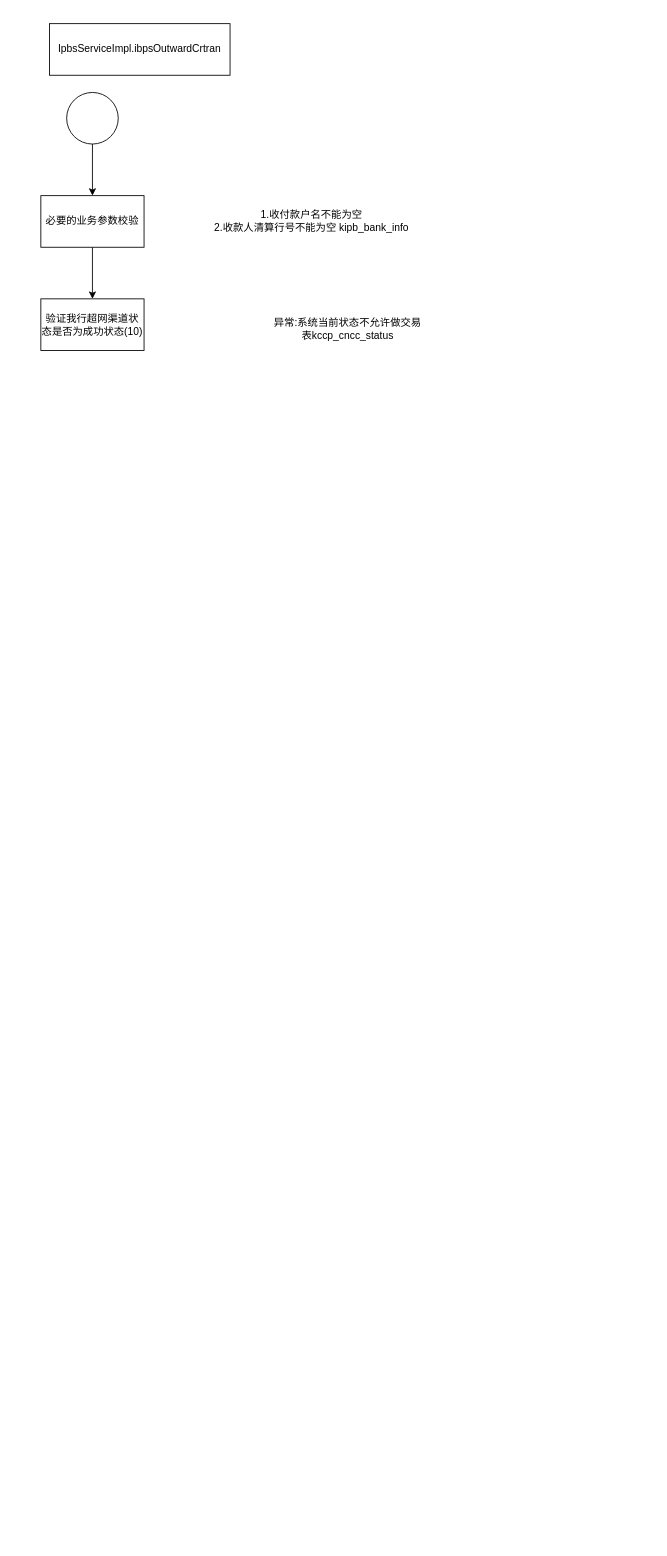
Above: drawio/超网贷记往账业务流程.drawio in chujun/drawio (draw.io), before the change. Source tidied: cells renumbered, new cells numbered last; positions are measured from the earlier drawing's top-left corner, leaving out a move shared by most shapes. Both pictures are drawn from the tidied source at 86%, with x=0, y=0 at pixel (40, 23).
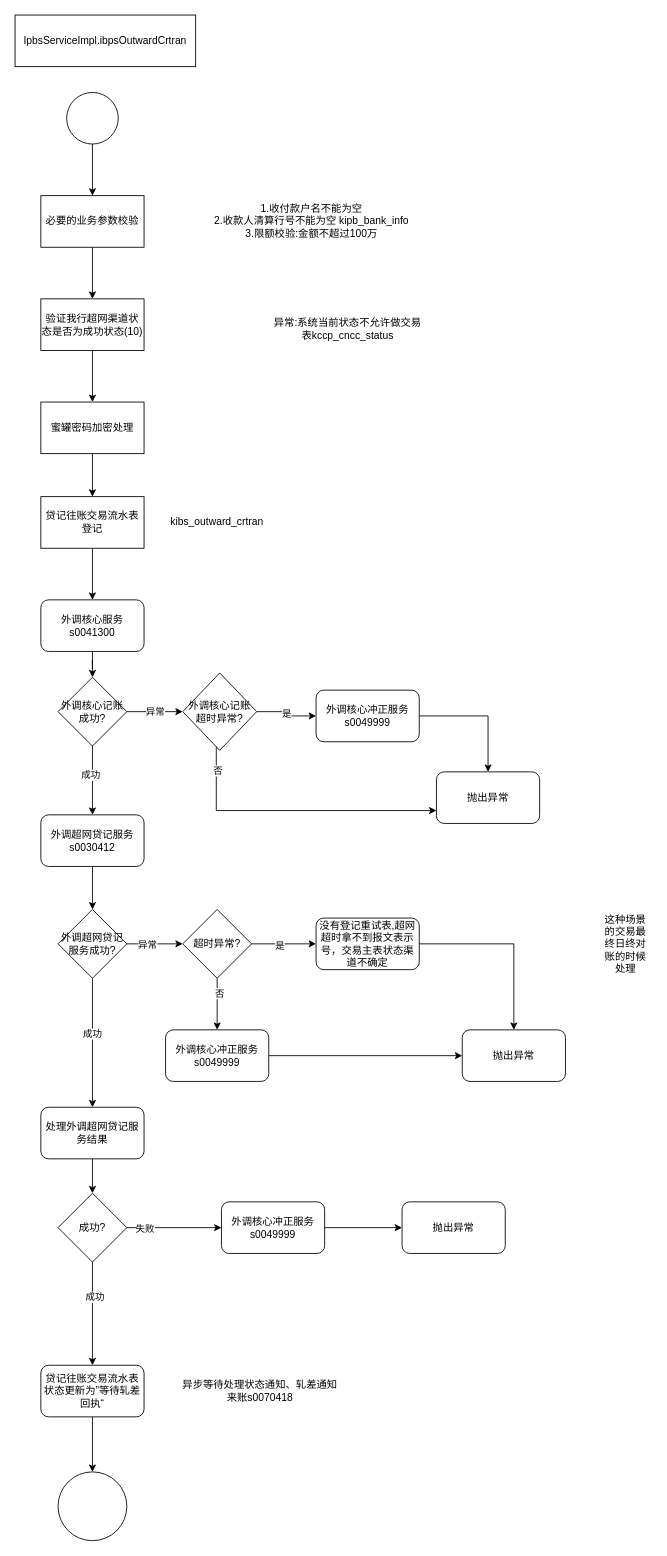
Above is the later version.

Commit message:
更新超网贷记往账业务流程.drawio

Unchanged cells that the change refers to:
```xml
<mxCell id="8" value="验证我行超网渠道状态是否为成功状态(10)" style="rounded=0;whiteSpace=wrap;html=1;" parent="1" vertex="1">
  <mxGeometry y="320" width="120" height="60" as="geometry" />
</mxCell>
```

Change to the diagram source:
```diff
@@
     <mxCell id="2" value="IpbsServiceImpl.ibpsOutwardCrtran" style="rounded=0;whiteSpace=wrap;html=1;" parent="1" vertex="1">
-      <mxGeometry x="10" width="210" height="60" as="geometry" />
+      <mxGeometry x="-30" y="-10" width="210" height="60" as="geometry" />
     </mxCell>
@@
-    <mxCell id="7" value="1.收付款户名不能为空&lt;br&gt;2.收款人清算行号不能为空 kipb_bank_info" style="text;html=1;strokeColor=none;fillColor=none;align=center;verticalAlign=middle;whiteSpace=wrap;rounded=0;" parent="1" vertex="1">
+    <mxCell id="7" value="1.收付款户名不能为空&lt;br&gt;2.收款人清算行号不能为空 kipb_bank_info&lt;br&gt;3.限额校验:金额不超过100万" style="text;html=1;strokeColor=none;fillColor=none;align=center;verticalAlign=middle;whiteSpace=wrap;rounded=0;" parent="1" vertex="1">
       <mxGeometry x="190" y="215" width="250" height="30" as="geometry" />
     </mxCell>
+    <mxCell id="10" style="edgeStyle=orthogonalEdgeStyle;rounded=0;jettySize=auto;html=1;" parent="1" edge="1" source="8" target="12">
+      <mxGeometry relative="1" as="geometry" />
+    </mxCell>
@@
+    <mxCell id="11" style="edgeStyle=orthogonalEdgeStyle;rounded=0;jettySize=auto;html=1;" parent="1" edge="1" source="12" target="14">
+      <mxGeometry relative="1" as="geometry" />
+    </mxCell>
+    <mxCell id="12" value="蜜罐密码加密处理" style="rounded=0;whiteSpace=wrap;html=1;" parent="1" vertex="1">
+      <mxGeometry y="440" width="120" height="60" as="geometry" />
+    </mxCell>
+    <mxCell id="13" style="edgeStyle=orthogonalEdgeStyle;rounded=0;jettySize=auto;html=1;" parent="1" edge="1" source="14" target="17">
+      <mxGeometry relative="1" as="geometry" />
+    </mxCell>
+    <mxCell id="14" value="贷记往账交易流水表登记" style="rounded=0;whiteSpace=wrap;html=1;" parent="1" vertex="1">
+      <mxGeometry y="550" width="120" height="60" as="geometry" />
+    </mxCell>
+    <mxCell id="15" value="kibs_outward_crtran" style="text;html=1;strokeColor=none;fillColor=none;align=center;verticalAlign=middle;whiteSpace=wrap;rounded=0;" parent="1" vertex="1">
+      <mxGeometry x="150" y="565" width="110" height="30" as="geometry" />
+    </mxCell>
+    <mxCell id="16" style="edgeStyle=orthogonalEdgeStyle;rounded=0;jettySize=auto;html=1;" parent="1" edge="1" source="17" target="21">
+      <mxGeometry relative="1" as="geometry" />
+    </mxCell>
+    <mxCell id="17" value="外调核心服务s0041300" style="rounded=1;whiteSpace=wrap;html=1;" parent="1" vertex="1">
+      <mxGeometry y="670" width="120" height="60" as="geometry" />
+    </mxCell>
+    <mxCell id="18" value="异常" style="edgeStyle=orthogonalEdgeStyle;rounded=0;jettySize=auto;html=1;" parent="1" edge="1" source="21" target="25">
+      <mxGeometry relative="1" as="geometry" />
+    </mxCell>
+    <mxCell id="19" style="edgeStyle=orthogonalEdgeStyle;rounded=0;jettySize=auto;html=1;" parent="1" edge="1" source="21" target="30">
+      <mxGeometry relative="1" as="geometry" />
+    </mxCell>
+    <mxCell id="20" value="成功" style="edgeLabel;html=1;align=center;verticalAlign=middle;" parent="19" vertex="1">
+      <mxGeometry x="-0.17" y="-3" relative="1" as="geometry" />
+    </mxCell>
+    <mxCell id="21" value="外调核心记账&lt;br style=&quot;border-color: var(--border-color);&quot;&gt;成功?" style="rhombus;whiteSpace=wrap;html=1;" parent="1" vertex="1">
+      <mxGeometry x="20" y="760" width="80" height="80" as="geometry" />
+    </mxCell>
+    <mxCell id="22" value="是" style="edgeStyle=orthogonalEdgeStyle;rounded=0;jettySize=auto;html=1;" parent="1" edge="1" source="25" target="27">
+      <mxGeometry relative="1" as="geometry" />
+    </mxCell>
+    <mxCell id="23" style="edgeStyle=orthogonalEdgeStyle;rounded=0;jettySize=auto;html=1;entryX=0;entryY=0.75;entryDx=0;entryDy=0;" parent="1" edge="1" source="25" target="28">
+      <mxGeometry relative="1" as="geometry">
+        <Array as="points">
+          <mxPoint x="204" y="915" />
+        </Array>
+      </mxGeometry>
+    </mxCell>
+    <mxCell id="24" value="否" style="edgeLabel;html=1;align=center;verticalAlign=middle;" parent="23" vertex="1">
+      <mxGeometry x="-0.83" y="1" relative="1" as="geometry" />
+    </mxCell>
+    <mxCell id="25" value="外调核心记账&lt;br&gt;超时异常?" style="rhombus;whiteSpace=wrap;html=1;" parent="1" vertex="1">
+      <mxGeometry x="165" y="755" width="86" height="90" as="geometry" />
+    </mxCell>
+    <mxCell id="26" style="edgeStyle=orthogonalEdgeStyle;rounded=0;jettySize=auto;html=1;" parent="1" edge="1" source="27" target="28">
+      <mxGeometry relative="1" as="geometry" />
+    </mxCell>
+    <mxCell id="27" value="外调核心冲正服务s0049999" style="rounded=1;whiteSpace=wrap;html=1;" parent="1" vertex="1">
+      <mxGeometry x="320" y="775" width="120" height="60" as="geometry" />
+    </mxCell>
+    <mxCell id="28" value="抛出异常" style="rounded=1;whiteSpace=wrap;html=1;" parent="1" vertex="1">
+      <mxGeometry x="460" y="870" width="120" height="60" as="geometry" />
+    </mxCell>
+    <mxCell id="29" style="edgeStyle=orthogonalEdgeStyle;rounded=0;jettySize=auto;html=1;" parent="1" edge="1" source="30" target="35">
+      <mxGeometry relative="1" as="geometry" />
+    </mxCell>
+    <mxCell id="30" value="外调超网贷记服务&lt;br&gt;s0030412" style="rounded=1;whiteSpace=wrap;html=1;" parent="1" vertex="1">
+      <mxGeometry y="920" width="120" height="60" as="geometry" />
+    </mxCell>
+    <mxCell id="31" style="edgeStyle=orthogonalEdgeStyle;rounded=0;jettySize=auto;html=1;entryX=0;entryY=0.5;entryDx=0;entryDy=0;" parent="1" edge="1" source="35" target="40">
+      <mxGeometry relative="1" as="geometry" />
+    </mxCell>
+    <mxCell id="32" value="异常" style="edgeLabel;html=1;align=center;verticalAlign=middle;" parent="31" vertex="1">
+      <mxGeometry x="-0.29" relative="1" as="geometry" />
+    </mxCell>
+    <mxCell id="33" style="edgeStyle=orthogonalEdgeStyle;rounded=0;jettySize=auto;html=1;entryX=0.5;entryY=0;entryDx=0;entryDy=0;" parent="1" edge="1" source="35" target="48">
+      <mxGeometry relative="1" as="geometry" />
+    </mxCell>
+    <mxCell id="34" value="成功" style="edgeLabel;html=1;align=center;verticalAlign=middle;" parent="33" vertex="1">
+      <mxGeometry x="-0.15" y="-1" relative="1" as="geometry" />
+    </mxCell>
+    <mxCell id="35" value="外调超网贷记服务成功?" style="rhombus;whiteSpace=wrap;html=1;" parent="1" vertex="1">
+      <mxGeometry x="20" y="1030" width="80" height="80" as="geometry" />
+    </mxCell>
+    <mxCell id="36" style="edgeStyle=orthogonalEdgeStyle;rounded=0;jettySize=auto;html=1;entryX=0;entryY=0.5;entryDx=0;entryDy=0;" parent="1" edge="1" source="40" target="42">
+      <mxGeometry relative="1" as="geometry" />
+    </mxCell>
+    <mxCell id="37" value="是" style="edgeLabel;html=1;align=center;verticalAlign=middle;" parent="36" vertex="1">
+      <mxGeometry x="-0.15" y="-1" relative="1" as="geometry" />
+    </mxCell>
+    <mxCell id="38" style="edgeStyle=orthogonalEdgeStyle;rounded=0;jettySize=auto;html=1;" parent="1" edge="1" source="40" target="46">
+      <mxGeometry relative="1" as="geometry" />
+    </mxCell>
+    <mxCell id="39" value="否" style="edgeLabel;html=1;align=center;verticalAlign=middle;" parent="38" vertex="1">
+      <mxGeometry x="-0.43" y="2" relative="1" as="geometry" />
+    </mxCell>
+    <mxCell id="40" value="超时异常?" style="rhombus;whiteSpace=wrap;html=1;" parent="1" vertex="1">
+      <mxGeometry x="165" y="1030" width="80" height="80" as="geometry" />
+    </mxCell>
+    <mxCell id="41" style="edgeStyle=orthogonalEdgeStyle;rounded=0;jettySize=auto;html=1;" parent="1" edge="1" source="42" target="43">
+      <mxGeometry relative="1" as="geometry" />
+    </mxCell>
+    <mxCell id="42" value="没有登记重试表,超网超时拿不到报文表示号，交易主表状态渠道不确定" style="rounded=1;whiteSpace=wrap;html=1;" parent="1" vertex="1">
+      <mxGeometry x="320" y="1040" width="120" height="60" as="geometry" />
+    </mxCell>
+    <mxCell id="43" value="抛出异常" style="rounded=1;whiteSpace=wrap;html=1;" parent="1" vertex="1">
+      <mxGeometry x="490" y="1170" width="120" height="60" as="geometry" />
+    </mxCell>
+    <mxCell id="44" value="这种场景的交易最终日终对账的时候处理" style="text;html=1;strokeColor=none;fillColor=none;align=center;verticalAlign=middle;whiteSpace=wrap;rounded=0;" parent="1" vertex="1">
+      <mxGeometry x="650" y="1055" width="60" height="30" as="geometry" />
+    </mxCell>
+    <mxCell id="45" style="edgeStyle=orthogonalEdgeStyle;rounded=0;jettySize=auto;html=1;" parent="1" edge="1" source="46" target="43">
+      <mxGeometry relative="1" as="geometry" />
+    </mxCell>
+    <mxCell id="46" value="外调核心冲正服务&lt;br&gt;s0049999" style="rounded=1;whiteSpace=wrap;html=1;" parent="1" vertex="1">
+      <mxGeometry x="145" y="1170" width="120" height="60" as="geometry" />
+    </mxCell>
+    <mxCell id="47" style="edgeStyle=orthogonalEdgeStyle;rounded=0;jettySize=auto;html=1;" parent="1" edge="1" source="48" target="53">
+      <mxGeometry relative="1" as="geometry" />
+    </mxCell>
+    <mxCell id="48" value="处理外调超网贷记服务结果" style="rounded=1;whiteSpace=wrap;html=1;" parent="1" vertex="1">
+      <mxGeometry y="1260" width="120" height="60" as="geometry" />
+    </mxCell>
+    <mxCell id="49" style="edgeStyle=orthogonalEdgeStyle;rounded=0;jettySize=auto;html=1;" parent="1" edge="1" source="53" target="55">
+      <mxGeometry relative="1" as="geometry" />
+    </mxCell>
+    <mxCell id="50" value="成功" style="edgeLabel;html=1;align=center;verticalAlign=middle;" parent="49" vertex="1">
+      <mxGeometry x="-0.33" y="2" relative="1" as="geometry" />
+    </mxCell>
+    <mxCell id="51" style="edgeStyle=orthogonalEdgeStyle;rounded=0;jettySize=auto;html=1;entryX=0;entryY=0.5;entryDx=0;entryDy=0;" parent="1" edge="1" source="53" target="58">
+      <mxGeometry relative="1" as="geometry">
+        <Array as="points">
+          <mxPoint x="200" y="1400" />
+        </Array>
+      </mxGeometry>
+    </mxCell>
+    <mxCell id="52" value="失败" style="edgeLabel;html=1;align=center;verticalAlign=middle;" parent="51" vertex="1">
+      <mxGeometry x="-0.77" y="-1" relative="1" as="geometry">
+        <mxPoint x="7" y="-1" as="offset" />
+      </mxGeometry>
+    </mxCell>
+    <mxCell id="53" value="成功?" style="rhombus;whiteSpace=wrap;html=1;" parent="1" vertex="1">
+      <mxGeometry x="20" y="1360" width="80" height="80" as="geometry" />
+    </mxCell>
+    <mxCell id="54" style="edgeStyle=orthogonalEdgeStyle;rounded=0;jettySize=auto;html=1;" parent="1" edge="1" source="55" target="60">
+      <mxGeometry relative="1" as="geometry" />
+    </mxCell>
+    <mxCell id="55" value="贷记往账交易流水表状态更新为”等待轧差回执“" style="rounded=1;whiteSpace=wrap;html=1;" parent="1" vertex="1">
+      <mxGeometry y="1560" width="120" height="60" as="geometry" />
+    </mxCell>
+    <mxCell id="56" value="异步等待处理状态通知、轧差通知来账&lt;span style=&quot;background-color: initial;&quot;&gt;s0070418&lt;/span&gt;&lt;div data-okr=&quot;%7B%22okrDelta%22%3A%5B%7B%22lineType%22%3A%22text%22%2C%22lineOptions%22%3A%7B%7D%2C%22lineContent%22%3A%5B%7B%22opType%22%3A%22text%22%2C%22options%22%3A%7B%22text%22%3A%22%E5%A4%84%E7%90%86%E7%8A%B6%E6%80%81%E9%80%9A%E7%9F%A5%E3%80%81%E8%BD%A7%E5%B7%AE%E9%80%9A%E7%9F%A5%E6%9D%A5%E8%B4%A6%22%7D%7D%5D%7D%5D%2C%22businessKey%22%3A%22lark-doc%22%7D&quot; class=&quot;okr-block-clipboard&quot;&gt;&lt;/div&gt;" style="text;html=1;strokeColor=none;fillColor=none;align=center;verticalAlign=middle;whiteSpace=wrap;rounded=0;" parent="1" vertex="1">
+      <mxGeometry x="160" y="1575" width="190" height="30" as="geometry" />
+    </mxCell>
+    <mxCell id="57" style="edgeStyle=orthogonalEdgeStyle;rounded=0;jettySize=auto;html=1;" parent="1" edge="1" source="58" target="59">
+      <mxGeometry relative="1" as="geometry" />
+    </mxCell>
+    <mxCell id="58" value="外调核心冲正服务&lt;br style=&quot;border-color: var(--border-color);&quot;&gt;s0049999" style="rounded=1;whiteSpace=wrap;html=1;" parent="1" vertex="1">
+      <mxGeometry x="210" y="1370" width="120" height="60" as="geometry" />
+    </mxCell>
+    <mxCell id="59" value="抛出异常" style="rounded=1;whiteSpace=wrap;html=1;" parent="1" vertex="1">
+      <mxGeometry x="420" y="1370" width="120" height="60" as="geometry" />
+    </mxCell>
+    <mxCell id="60" style="ellipse;whiteSpace=wrap;html=1;" parent="1" vertex="1">
+      <mxGeometry x="20" y="1684" width="80" height="80" as="geometry" />
+    </mxCell>
```
